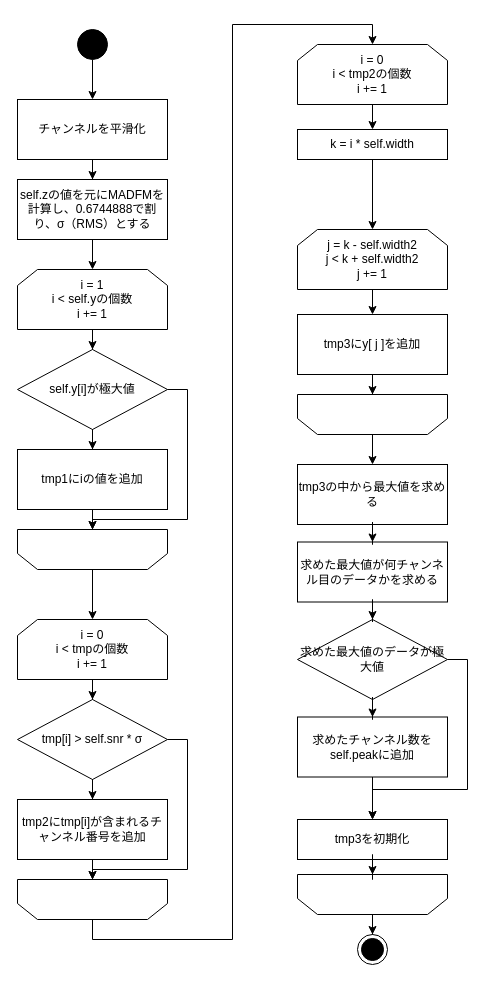
yhamae/spectrum_analyser_tool keeps this draw.io diagram as page "func2" (3 of 6) of spectrum_analyser_tool.drawio.xml. Above is the earlier version. Source tidied: cells renumbered, new cells numbered last; positions are measured from the earlier drawing's top-left corner, leaving out a move shared by most shapes. Both pictures are drawn from the tidied source at 100%, with x=0, y=0 at pixel (17, 29).
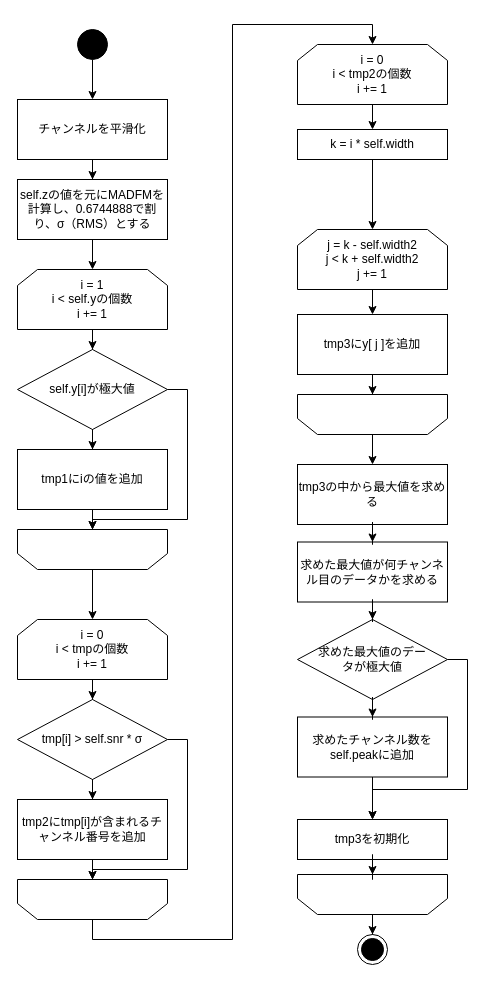
The same diagram, later.

What changed in the source:
```diff
@@
-    <mxCell id="47" value="求めた最大値のデータが極大値" style="rhombus;whiteSpace=wrap;html=1;labelBackgroundColor=none;strokeColor=#000000;fillColor=none;fontFamily=BIZ-UDPGothic;" parent="1" vertex="1">
+    <mxCell id="47" value="求めた最大値のデータが極大値" style="rhombus;whiteSpace=wrap;html=1;labelBackgroundColor=none;strokeColor=#000000;fillColor=none;fontFamily=BIZ-UDPGothic;spacingLeft=20;spacingRight=20;" parent="1" vertex="1">
       <mxGeometry x="280" y="590" width="150" height="80" as="geometry" />
     </mxCell>
```
